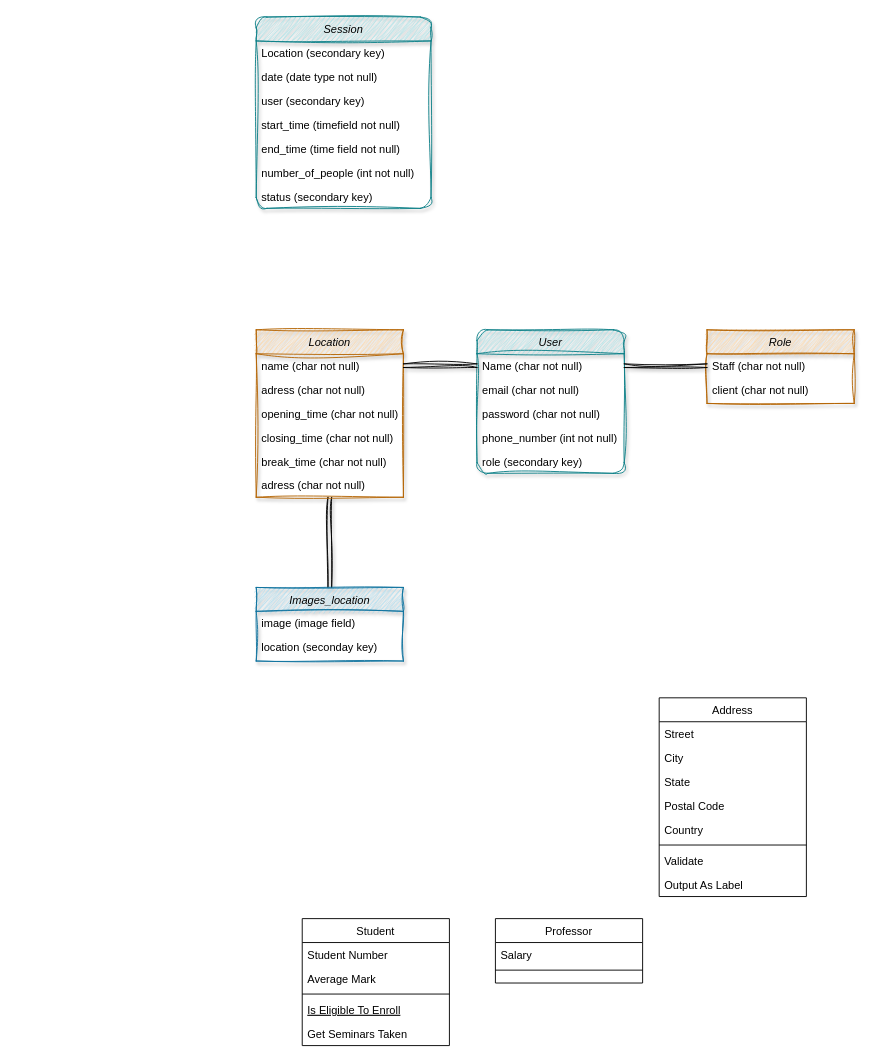
Linda0Sousa/RightTime keeps this draw.io diagram as ClassDiagram.drawio. Above is the earlier version. Source tidied: cells renumbered, new cells numbered last; positions are measured from the earlier drawing's top-left corner, leaving out a move shared by most shapes. Both pictures are drawn from the tidied source at 92%, with x=0, y=0 at pixel (256, 17).
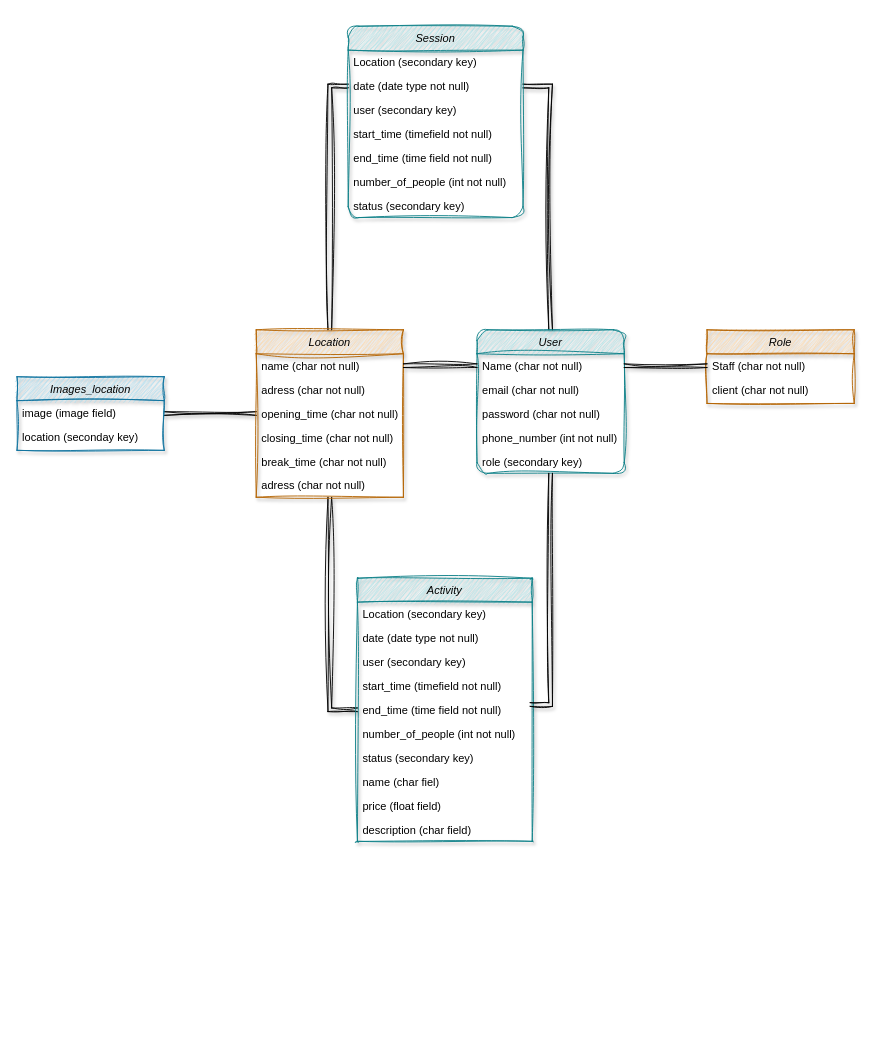
The same page after the edit.

The change refers to these unchanged cells:
```xml
<mxCell id="2" value="User" style="swimlane;fontStyle=2;align=center;verticalAlign=top;horizontal=1;startSize=26;rounded=1;shadow=1;strokeWidth=1;fillColor=#b0e3e6;strokeColor=#0e8088;gradientColor=none;fillStyle=zigzag;sketch=1;curveFitting=1;jiggle=2;glass=0;" parent="1" vertex="1">
  <mxGeometry x="240" y="340" width="160" height="156" as="geometry" />
</mxCell>
<mxCell id="31" value="Location" style="swimlane;fontStyle=2;align=center;verticalAlign=top;horizontal=1;startSize=26;rounded=0;shadow=1;strokeWidth=1;fillColor=#fad7ac;strokeColor=#b46504;fillStyle=zigzag;sketch=1;curveFitting=1;jiggle=2;" parent="1" vertex="1">
  <mxGeometry y="340" width="160" height="182" as="geometry" />
</mxCell>
<mxCell id="44" value="date (date type not null)" style="text;align=left;verticalAlign=top;spacingLeft=4;spacingRight=4;overflow=hidden;points=[[0,0.5],[1,0.5]];portConstraint=eastwest;rounded=0;shadow=0;html=0;" parent="42" vertex="1">
  <mxGeometry y="52" width="190" height="26" as="geometry" />
</mxCell>
```

The edit, as a diff of the source:
```diff
@@
+    <mxCell id="50" style="edgeStyle=orthogonalEdgeStyle;rounded=0;jettySize=auto;html=1;entryX=1;entryY=0.5;entryDx=0;entryDy=0;shape=link;shadow=1;sketch=1;curveFitting=1;jiggle=2;" parent="1" edge="1" source="2" target="44">
+      <mxGeometry relative="1" as="geometry" />
+    </mxCell>
@@
-    <mxCell id="8" value="Student" style="swimlane;fontStyle=0;align=center;verticalAlign=top;horizontal=1;startSize=26;rounded=0;shadow=0;strokeWidth=1;" parent="1" vertex="1">
-      <mxGeometry x="50" y="980" width="160" height="138" as="geometry" />
-    </mxCell>
-    <mxCell id="9" value="Student Number" style="text;align=left;verticalAlign=top;spacingLeft=4;spacingRight=4;overflow=hidden;" parent="8" vertex="1">
-      <mxGeometry y="26" width="160" height="26" as="geometry" />
-    </mxCell>
-    <mxCell id="10" value="Average Mark" style="text;align=left;verticalAlign=top;spacingLeft=4;spacingRight=4;overflow=hidden;rounded=0;shadow=0;html=0;" parent="8" vertex="1">
-      <mxGeometry y="52" width="160" height="26" as="geometry" />
-    </mxCell>
-    <mxCell id="11" style="line;html=1;strokeWidth=1;align=left;verticalAlign=middle;spacingTop=-1;spacingLeft=3;spacingRight=3;labelPosition=right;" parent="8" vertex="1">
-      <mxGeometry y="78" width="160" height="8" as="geometry" />
-    </mxCell>
-    <mxCell id="12" value="Is Eligible To Enroll" style="text;align=left;verticalAlign=top;spacingLeft=4;spacingRight=4;overflow=hidden;fontStyle=4;" parent="8" vertex="1">
-      <mxGeometry y="86" width="160" height="26" as="geometry" />
-    </mxCell>
-    <mxCell id="13" value="Get Seminars Taken" style="text;align=left;verticalAlign=top;spacingLeft=4;spacingRight=4;overflow=hidden;" parent="8" vertex="1">
-      <mxGeometry y="112" width="160" height="26" as="geometry" />
-    </mxCell>
-    <mxCell id="14" value="Professor" style="swimlane;fontStyle=0;align=center;verticalAlign=top;horizontal=1;startSize=26;rounded=0;shadow=0;strokeWidth=1;" parent="1" vertex="1">
-      <mxGeometry x="260" y="980" width="160" height="70" as="geometry" />
-    </mxCell>
-    <mxCell id="15" value="Salary" style="text;align=left;verticalAlign=top;spacingLeft=4;spacingRight=4;overflow=hidden;" parent="14" vertex="1">
-      <mxGeometry y="26" width="160" height="26" as="geometry" />
-    </mxCell>
-    <mxCell id="16" style="line;html=1;strokeWidth=1;align=left;verticalAlign=middle;spacingTop=-1;spacingLeft=3;spacingRight=3;labelPosition=right;" parent="14" vertex="1">
-      <mxGeometry y="52" width="160" height="8" as="geometry" />
-    </mxCell>
-    <mxCell id="17" value="Address" style="swimlane;fontStyle=0;align=center;verticalAlign=top;horizontal=1;startSize=26;rounded=0;shadow=0;strokeWidth=1;" parent="1" vertex="1">
-      <mxGeometry x="438" y="740" width="160" height="216" as="geometry" />
-    </mxCell>
-    <mxCell id="18" value="Street" style="text;align=left;verticalAlign=top;spacingLeft=4;spacingRight=4;overflow=hidden;" parent="17" vertex="1">
-      <mxGeometry y="26" width="160" height="26" as="geometry" />
-    </mxCell>
-    <mxCell id="19" value="City" style="text;align=left;verticalAlign=top;spacingLeft=4;spacingRight=4;overflow=hidden;rounded=0;shadow=0;html=0;" parent="17" vertex="1">
-      <mxGeometry y="52" width="160" height="26" as="geometry" />
-    </mxCell>
-    <mxCell id="20" value="State" style="text;align=left;verticalAlign=top;spacingLeft=4;spacingRight=4;overflow=hidden;rounded=0;shadow=0;html=0;" parent="17" vertex="1">
-      <mxGeometry y="78" width="160" height="26" as="geometry" />
-    </mxCell>
-    <mxCell id="21" value="Postal Code" style="text;align=left;verticalAlign=top;spacingLeft=4;spacingRight=4;overflow=hidden;rounded=0;shadow=0;html=0;" parent="17" vertex="1">
-      <mxGeometry y="104" width="160" height="26" as="geometry" />
-    </mxCell>
-    <mxCell id="22" value="Country" style="text;align=left;verticalAlign=top;spacingLeft=4;spacingRight=4;overflow=hidden;rounded=0;shadow=0;html=0;" parent="17" vertex="1">
-      <mxGeometry y="130" width="160" height="26" as="geometry" />
-    </mxCell>
-    <mxCell id="23" style="line;html=1;strokeWidth=1;align=left;verticalAlign=middle;spacingTop=-1;spacingLeft=3;spacingRight=3;labelPosition=right;" parent="17" vertex="1">
-      <mxGeometry y="156" width="160" height="8" as="geometry" />
-    </mxCell>
-    <mxCell id="24" value="Validate" style="text;align=left;verticalAlign=top;spacingLeft=4;spacingRight=4;overflow=hidden;" parent="17" vertex="1">
-      <mxGeometry y="164" width="160" height="26" as="geometry" />
-    </mxCell>
-    <mxCell id="25" value="Output As Label" style="text;align=left;verticalAlign=top;spacingLeft=4;spacingRight=4;overflow=hidden;" parent="17" vertex="1">
-      <mxGeometry y="190" width="160" height="26" as="geometry" />
-    </mxCell>
@@
+    <mxCell id="51" style="edgeStyle=orthogonalEdgeStyle;rounded=0;jettySize=auto;html=1;entryX=0;entryY=0.5;entryDx=0;entryDy=0;shape=link;shadow=1;sketch=1;curveFitting=1;jiggle=2;" parent="1" edge="1" source="31" target="44">
+      <mxGeometry relative="1" as="geometry" />
+    </mxCell>
+    <mxCell id="52" style="edgeStyle=orthogonalEdgeStyle;rounded=0;jettySize=auto;html=1;entryX=0;entryY=0.5;entryDx=0;entryDy=0;shape=link;sketch=1;curveFitting=1;jiggle=2;shadow=1;" parent="1" edge="1" source="31" target="58">
+      <mxGeometry relative="1" as="geometry" />
+    </mxCell>
@@
     <mxCell id="39" value="Images_location" style="swimlane;fontStyle=2;align=center;verticalAlign=top;horizontal=1;startSize=26;rounded=0;shadow=1;strokeWidth=1;fillColor=#b1ddf0;strokeColor=#10739e;fillStyle=zigzag;sketch=1;curveFitting=1;jiggle=2;" parent="1" vertex="1">
-      <mxGeometry y="620" width="160" height="80" as="geometry" />
+      <mxGeometry x="-260" y="391" width="160" height="80" as="geometry" />
     </mxCell>
@@
     <mxCell id="42" value="Session" style="swimlane;fontStyle=2;align=center;verticalAlign=top;horizontal=1;startSize=26;rounded=1;shadow=1;strokeWidth=1;fillColor=#b0e3e6;strokeColor=#0e8088;gradientColor=none;fillStyle=zigzag;sketch=1;curveFitting=1;jiggle=2;glass=0;" parent="1" vertex="1">
-      <mxGeometry width="190" height="208" as="geometry" />
+      <mxGeometry x="100" y="10" width="190" height="208" as="geometry" />
     </mxCell>
@@
+    <mxCell id="53" value="Activity" style="swimlane;fontStyle=2;align=center;verticalAlign=top;horizontal=1;startSize=26;rounded=1;shadow=1;strokeWidth=1;fillColor=#b0e3e6;strokeColor=#0e8088;gradientColor=none;fillStyle=zigzag;sketch=1;curveFitting=1;jiggle=2;glass=0;arcSize=0;" parent="1" vertex="1">
+      <mxGeometry x="110" y="610" width="190" height="286" as="geometry" />
+    </mxCell>
+    <mxCell id="54" value="Location (secondary key)" style="text;align=left;verticalAlign=top;spacingLeft=4;spacingRight=4;overflow=hidden;" parent="53" vertex="1">
+      <mxGeometry y="26" width="190" height="26" as="geometry" />
+    </mxCell>
+    <mxCell id="55" value="date (date type not null)" style="text;align=left;verticalAlign=top;spacingLeft=4;spacingRight=4;overflow=hidden;rounded=0;shadow=0;html=0;" parent="53" vertex="1">
+      <mxGeometry y="52" width="190" height="26" as="geometry" />
+    </mxCell>
+    <mxCell id="56" value="user (secondary key)" style="text;align=left;verticalAlign=top;spacingLeft=4;spacingRight=4;overflow=hidden;rounded=0;shadow=0;html=0;" parent="53" vertex="1">
+      <mxGeometry y="78" width="190" height="26" as="geometry" />
+    </mxCell>
+    <mxCell id="57" value="start_time (timefield not null)" style="text;align=left;verticalAlign=top;spacingLeft=4;spacingRight=4;overflow=hidden;" parent="53" vertex="1">
+      <mxGeometry y="104" width="190" height="26" as="geometry" />
+    </mxCell>
+    <mxCell id="58" value="end_time (time field not null)" style="text;align=left;verticalAlign=top;spacingLeft=4;spacingRight=4;overflow=hidden;points=[[0,0.5],[1,0.5]];portConstraint=eastwest;" parent="53" vertex="1">
+      <mxGeometry y="130" width="190" height="26" as="geometry" />
+    </mxCell>
+    <mxCell id="59" value="number_of_people (int not null)" style="text;align=left;verticalAlign=top;spacingLeft=4;spacingRight=4;overflow=hidden;" parent="53" vertex="1">
+      <mxGeometry y="156" width="190" height="26" as="geometry" />
+    </mxCell>
+    <mxCell id="60" value="status (secondary key)" style="text;align=left;verticalAlign=top;spacingLeft=4;spacingRight=4;overflow=hidden;" parent="53" vertex="1">
+      <mxGeometry y="182" width="190" height="26" as="geometry" />
+    </mxCell>
+    <mxCell id="61" value="name (char fiel)" style="text;align=left;verticalAlign=top;spacingLeft=4;spacingRight=4;overflow=hidden;" parent="53" vertex="1">
+      <mxGeometry y="208" width="190" height="26" as="geometry" />
+    </mxCell>
+    <mxCell id="62" value="price (float field)" style="text;align=left;verticalAlign=top;spacingLeft=4;spacingRight=4;overflow=hidden;" parent="53" vertex="1">
+      <mxGeometry y="234" width="190" height="26" as="geometry" />
+    </mxCell>
+    <mxCell id="63" value="description (char field)" style="text;align=left;verticalAlign=top;spacingLeft=4;spacingRight=4;overflow=hidden;" parent="53" vertex="1">
+      <mxGeometry y="260" width="190" height="26" as="geometry" />
+    </mxCell>
+    <mxCell id="64" style="edgeStyle=orthogonalEdgeStyle;rounded=0;jettySize=auto;html=1;entryX=0.988;entryY=0.28;entryDx=0;entryDy=0;entryPerimeter=0;shape=link;shadow=1;sketch=1;curveFitting=1;jiggle=2;" parent="1" edge="1" source="2" target="58">
+      <mxGeometry relative="1" as="geometry" />
+    </mxCell>
```
